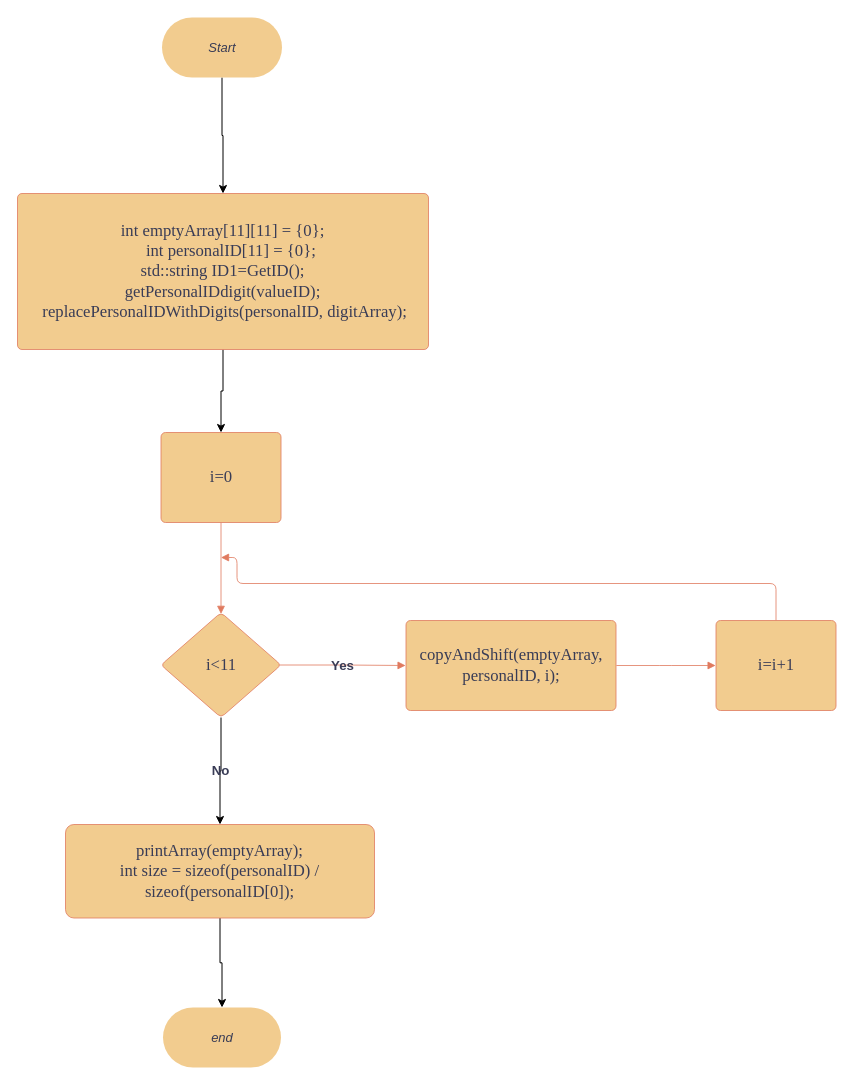
annazxc/colab_math_project keeps this draw.io diagram as fn2.drawio. Above is the earlier version. Source tidied: cells renumbered, new cells numbered last; positions are measured from the earlier drawing's top-left corner, leaving out a move shared by most shapes. Both pictures are drawn from the tidied source at 100%, with x=0, y=0 at pixel (17, 17).
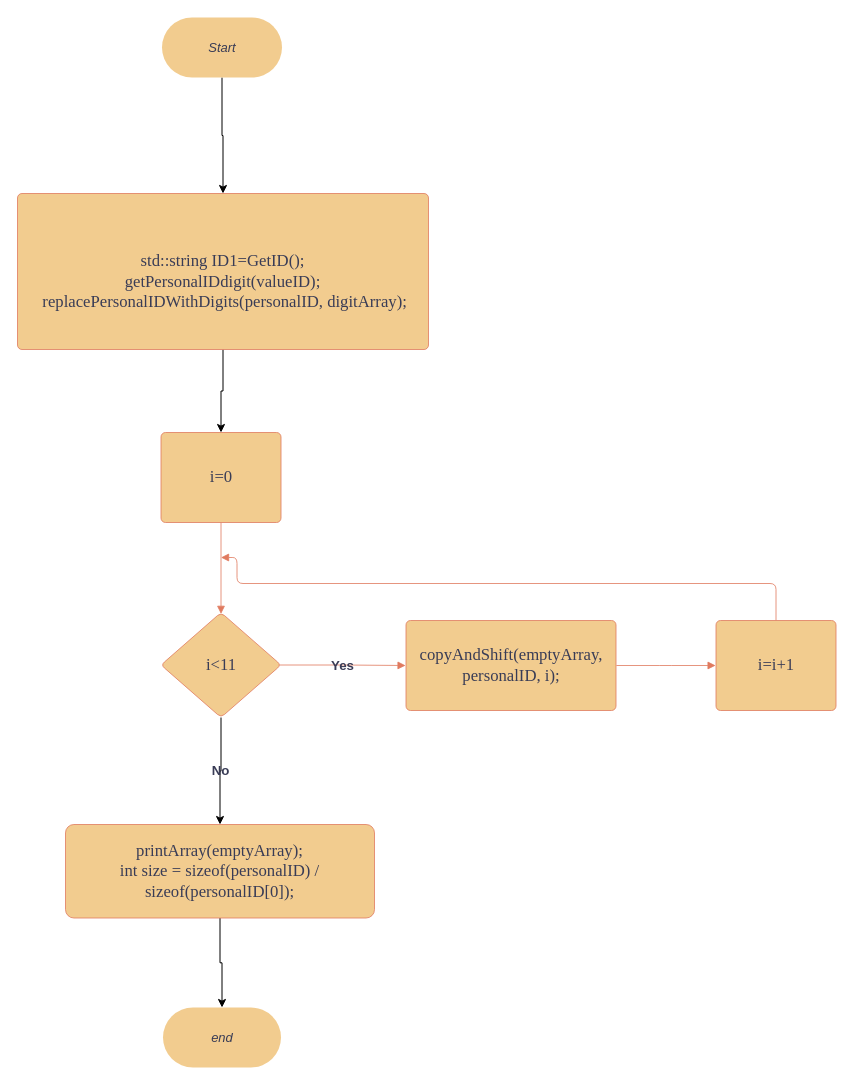
The same diagram, later.

Change to the diagram source:
```diff
@@
-    <mxCell id="14" value="int emptyArray[&lt;span style=&quot;&quot; class=&quot;s2&quot;&gt;11&lt;/span&gt;][&lt;span style=&quot;&quot; class=&quot;s2&quot;&gt;11&lt;/span&gt;] = {&lt;span style=&quot;&quot; class=&quot;s2&quot;&gt;0&lt;/span&gt;};&lt;br&gt;&lt;span class=&quot;Apple-converted-space&quot;&gt;&amp;nbsp; &amp;nbsp; &lt;/span&gt;&lt;span style=&quot;&quot; class=&quot;s1&quot;&gt;int&lt;/span&gt; personalID[&lt;span style=&quot;&quot; class=&quot;s2&quot;&gt;11&lt;/span&gt;] = {&lt;span style=&quot;&quot; class=&quot;s2&quot;&gt;0&lt;/span&gt;};&lt;br&gt;std::&lt;span style=&quot;&quot; class=&quot;s1&quot;&gt;string&lt;/span&gt; ID1=&lt;span style=&quot;&quot; class=&quot;s2&quot;&gt;GetID&lt;/span&gt;();&lt;br&gt;getPersonalIDdigit(valueID&lt;span style=&quot;&quot; class=&quot;s1&quot;&gt;);&lt;/span&gt;&lt;br&gt;&lt;span style=&quot;&quot; class=&quot;s1&quot;&gt;&amp;nbsp;&lt;/span&gt;replacePersonalIDWithDigits&lt;span style=&quot;&quot; class=&quot;s1&quot;&gt;(personalID, &lt;/span&gt;digitArray&lt;span style=&quot;&quot; class=&quot;s1&quot;&gt;);&lt;/span&gt;" style="html=1;overflow=block;blockSpacing=1;whiteSpace=wrap;fontSize=16.7;fontFamily=Liberation Serif;fontColor=#393C56;spacing=9;strokeColor=#E07A5F;strokeOpacity=100;rounded=1;absoluteArcSize=1;arcSize=9;strokeWidth=0.8;lucidId=merx2m1aB_C8;labelBackgroundColor=none;fillColor=#F2CC8F;" parent="1" vertex="1">
+    <mxCell id="14" value="&lt;br&gt;std::&lt;span style=&quot;&quot; class=&quot;s1&quot;&gt;string&lt;/span&gt; ID1=&lt;span style=&quot;&quot; class=&quot;s2&quot;&gt;GetID&lt;/span&gt;();&lt;br&gt;getPersonalIDdigit(valueID&lt;span style=&quot;&quot; class=&quot;s1&quot;&gt;);&lt;/span&gt;&lt;br&gt;&lt;span style=&quot;&quot; class=&quot;s1&quot;&gt;&amp;nbsp;&lt;/span&gt;replacePersonalIDWithDigits&lt;span style=&quot;&quot; class=&quot;s1&quot;&gt;(personalID, &lt;/span&gt;digitArray&lt;span style=&quot;&quot; class=&quot;s1&quot;&gt;);&lt;/span&gt;" style="html=1;overflow=block;blockSpacing=1;whiteSpace=wrap;fontSize=16.7;fontFamily=Liberation Serif;fontColor=#393C56;spacing=9;strokeColor=#E07A5F;strokeOpacity=100;rounded=1;absoluteArcSize=1;arcSize=9;strokeWidth=0.8;lucidId=merx2m1aB_C8;labelBackgroundColor=none;fillColor=#F2CC8F;" parent="1" vertex="1">
       <mxGeometry y="176" width="411" height="156" as="geometry" />
     </mxCell>
```
